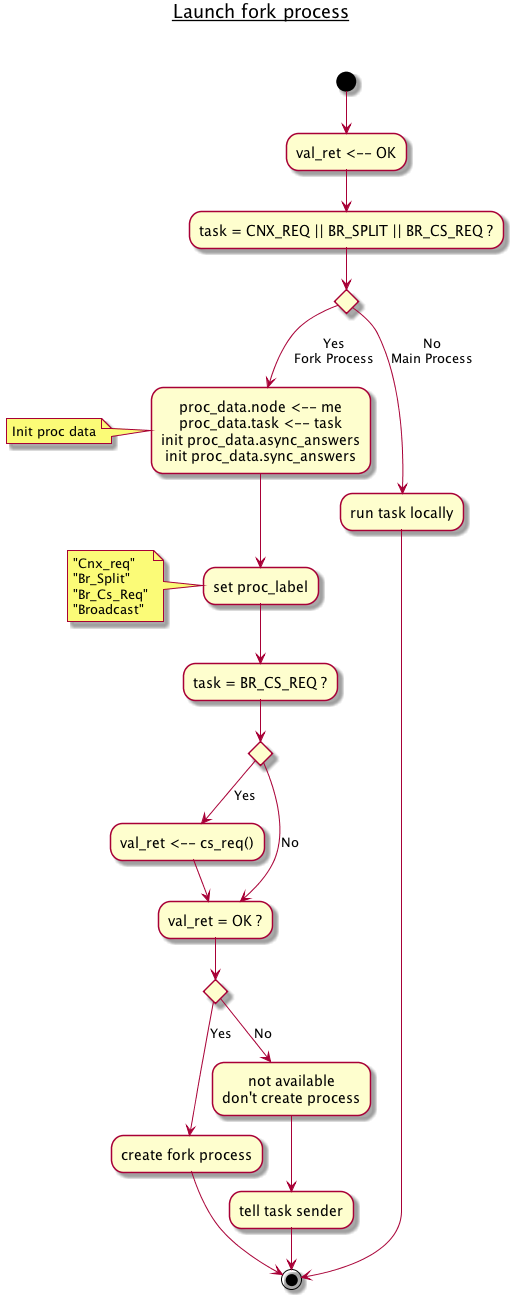
The PlantUML diagram doc/UML/Algo_launch_fork_process.png in tof25/DST, before a commit.
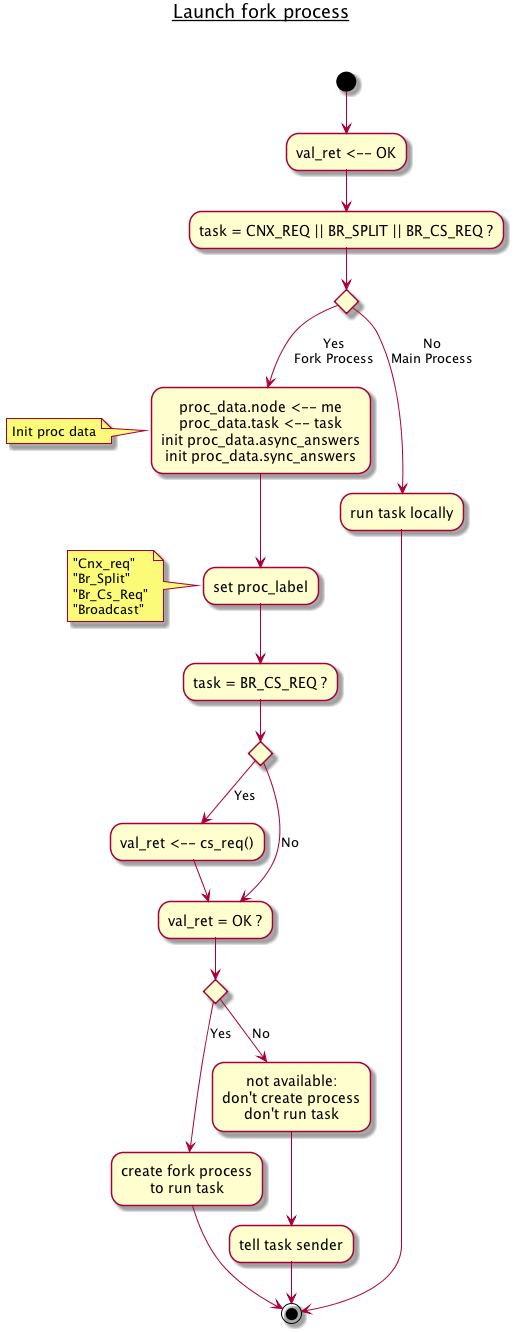
Later version of the same file.

Diff of the diagram source:
```diff
@@ -25,10 +25,10 @@
     endif
 
     if "" then
-        -->[Yes]"create fork process"
+        -->[Yes]"create fork process\nto run task"
         -->(*)
     else
-        -->[No]"not available\ndon't create process"
+        -->[No]"not available:\ndon't create process\ndon't run task"
         -->"tell task sender"
         -->(*)
     endif
```
